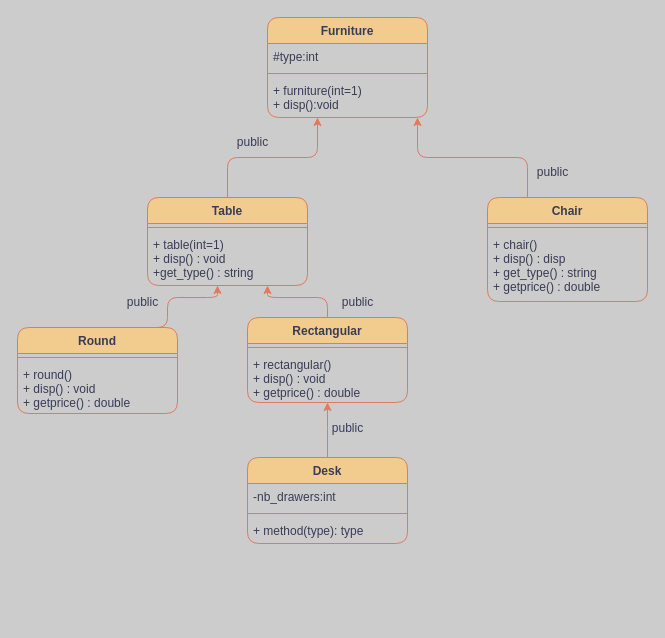
joachimsonigo/ExamCpp keeps this draw.io diagram as page "UML2" (2 of 2) of examcpp.drawio. Above is the earlier version. Source tidied: cells renumbered, new cells numbered last; positions are measured from the earlier drawing's top-left corner, leaving out a move shared by most shapes. Both pictures are drawn from the tidied source at 100%, with x=0, y=0 at pixel (17, 17).
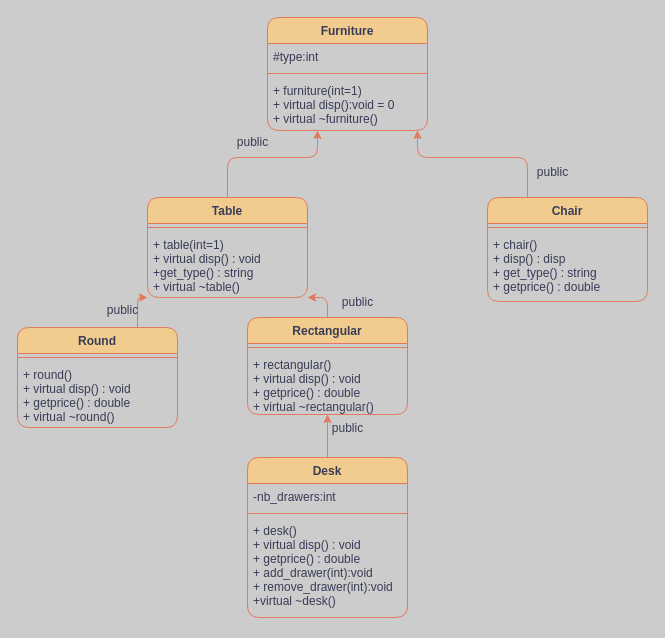
The same diagram, later.

Diff of the diagram source:
```diff
@@
     <mxCell id="2" value="Furniture" style="swimlane;fontStyle=1;align=center;verticalAlign=top;horizontal=1;startSize=26;rounded=1;labelBackgroundColor=none;fillColor=#F2CC8F;strokeColor=#E07A5F;fontColor=#393C56;" parent="1" vertex="1">
-      <mxGeometry x="250" width="160" height="100" as="geometry" />
+      <mxGeometry x="250" width="160" height="113" as="geometry" />
     </mxCell>
@@
-    <mxCell id="5" value="+ furniture(int=1)&#10;+ disp():void" style="text;strokeColor=none;fillColor=none;align=left;verticalAlign=top;spacingLeft=4;spacingRight=4;overflow=hidden;rounded=1;labelBackgroundColor=none;fontColor=#393C56;" parent="2" vertex="1">
-      <mxGeometry y="60" width="160" height="40" as="geometry" />
+    <mxCell id="5" value="+ furniture(int=1)&#10;+ virtual disp():void = 0&#10;+ virtual ~furniture()" style="text;strokeColor=none;fillColor=none;align=left;verticalAlign=top;spacingLeft=4;spacingRight=4;overflow=hidden;rounded=1;labelBackgroundColor=none;fontColor=#393C56;" parent="2" vertex="1">
+      <mxGeometry y="60" width="160" height="53" as="geometry" />
     </mxCell>
@@
     <mxCell id="7" value="Table" style="swimlane;fontStyle=1;align=center;verticalAlign=top;horizontal=1;startSize=26;rounded=1;labelBackgroundColor=none;fillColor=#F2CC8F;strokeColor=#E07A5F;fontColor=#393C56;" parent="1" vertex="1">
-      <mxGeometry x="130" y="180" width="160" height="88" as="geometry" />
+      <mxGeometry x="130" y="180" width="160" height="100" as="geometry" />
     </mxCell>
@@
-    <mxCell id="9" value="+ table(int=1)&#10;+ disp() : void&#10;+get_type() : string" style="text;strokeColor=none;fillColor=none;align=left;verticalAlign=top;spacingLeft=4;spacingRight=4;overflow=hidden;rounded=1;labelBackgroundColor=none;fontColor=#393C56;" parent="7" vertex="1">
-      <mxGeometry y="34" width="160" height="54" as="geometry" />
+    <mxCell id="9" value="+ table(int=1)&#10;+ virtual disp() : void&#10;+get_type() : string&#10;+ virtual ~table()" style="text;strokeColor=none;fillColor=none;align=left;verticalAlign=top;spacingLeft=4;spacingRight=4;overflow=hidden;rounded=1;labelBackgroundColor=none;fontColor=#393C56;" parent="7" vertex="1">
+      <mxGeometry y="34" width="160" height="66" as="geometry" />
     </mxCell>
@@
     <mxCell id="15" value="Round" style="swimlane;fontStyle=1;align=center;verticalAlign=top;horizontal=1;startSize=26;rounded=1;labelBackgroundColor=none;fillColor=#F2CC8F;strokeColor=#E07A5F;fontColor=#393C56;" parent="1" vertex="1">
-      <mxGeometry y="310" width="160" height="86" as="geometry" />
+      <mxGeometry y="310" width="160" height="100" as="geometry" />
     </mxCell>
@@
-    <mxCell id="17" value="+ round()&#10;+ disp() : void&#10;+ getprice() : double" style="text;strokeColor=none;fillColor=none;align=left;verticalAlign=top;spacingLeft=4;spacingRight=4;overflow=hidden;rounded=1;labelBackgroundColor=none;fontColor=#393C56;" parent="15" vertex="1">
-      <mxGeometry y="34" width="160" height="52" as="geometry" />
+    <mxCell id="17" value="+ round()&#10;+ virtual disp() : void&#10;+ getprice() : double&#10;+ virtual ~round()" style="text;strokeColor=none;fillColor=none;align=left;verticalAlign=top;spacingLeft=4;spacingRight=4;overflow=hidden;rounded=1;labelBackgroundColor=none;fontColor=#393C56;" parent="15" vertex="1">
+      <mxGeometry y="34" width="160" height="66" as="geometry" />
     </mxCell>
@@
     <mxCell id="19" value="Rectangular" style="swimlane;fontStyle=1;align=center;verticalAlign=top;horizontal=1;startSize=26;rounded=1;labelBackgroundColor=none;fillColor=#F2CC8F;strokeColor=#E07A5F;fontColor=#393C56;" parent="1" vertex="1">
-      <mxGeometry x="230" y="300" width="160" height="85" as="geometry" />
+      <mxGeometry x="230" y="300" width="160" height="97" as="geometry" />
     </mxCell>
@@
-    <mxCell id="21" value="+ rectangular()&#10;+ disp() : void&#10;+ getprice() : double" style="text;strokeColor=none;fillColor=none;align=left;verticalAlign=top;spacingLeft=4;spacingRight=4;overflow=hidden;points=[[0,0.5],[1,0.5]];portConstraint=eastwest;rounded=1;labelBackgroundColor=none;fontColor=#393C56;" parent="19" vertex="1">
-      <mxGeometry y="34" width="160" height="51" as="geometry" />
+    <mxCell id="21" value="+ rectangular()&#10;+ virtual disp() : void&#10;+ getprice() : double&#10;+ virtual ~rectangular()" style="text;strokeColor=none;fillColor=none;align=left;verticalAlign=top;spacingLeft=4;spacingRight=4;overflow=hidden;points=[[0,0.5],[1,0.5]];portConstraint=eastwest;rounded=1;labelBackgroundColor=none;fontColor=#393C56;" parent="19" vertex="1">
+      <mxGeometry y="34" width="160" height="63" as="geometry" />
     </mxCell>
@@
     <mxCell id="23" value="Desk" style="swimlane;fontStyle=1;align=center;verticalAlign=top;horizontal=1;startSize=26;rounded=1;labelBackgroundColor=none;fillColor=#F2CC8F;strokeColor=#E07A5F;fontColor=#393C56;" parent="1" vertex="1">
-      <mxGeometry x="230" y="440" width="160" height="86" as="geometry" />
+      <mxGeometry x="230" y="440" width="160" height="160" as="geometry" />
     </mxCell>
@@
-    <mxCell id="26" value="+ method(type): type" style="text;strokeColor=none;fillColor=none;align=left;verticalAlign=top;spacingLeft=4;spacingRight=4;overflow=hidden;rounded=1;labelBackgroundColor=none;fontColor=#393C56;" parent="23" vertex="1">
-      <mxGeometry y="60" width="160" height="26" as="geometry" />
+    <mxCell id="26" value="+ desk()&#10;+ virtual disp() : void&#10;+ getprice() : double&#10;+ add_drawer(int):void&#10;+ remove_drawer(int):void&#10;+virtual ~desk()" style="text;strokeColor=none;fillColor=none;align=left;verticalAlign=top;spacingLeft=4;spacingRight=4;overflow=hidden;rounded=1;labelBackgroundColor=none;fontColor=#393C56;" parent="23" vertex="1">
+      <mxGeometry y="60" width="160" height="100" as="geometry" />
     </mxCell>
@@
     <mxCell id="30" value="public" style="text;html=1;align=center;verticalAlign=middle;strokeColor=none;fillColor=none;rounded=1;labelBackgroundColor=none;fontColor=#393C56;" parent="1" vertex="1">
-      <mxGeometry x="100" y="270" width="50" height="30" as="geometry" />
+      <mxGeometry x="80" y="278" width="50" height="30" as="geometry" />
     </mxCell>
```
